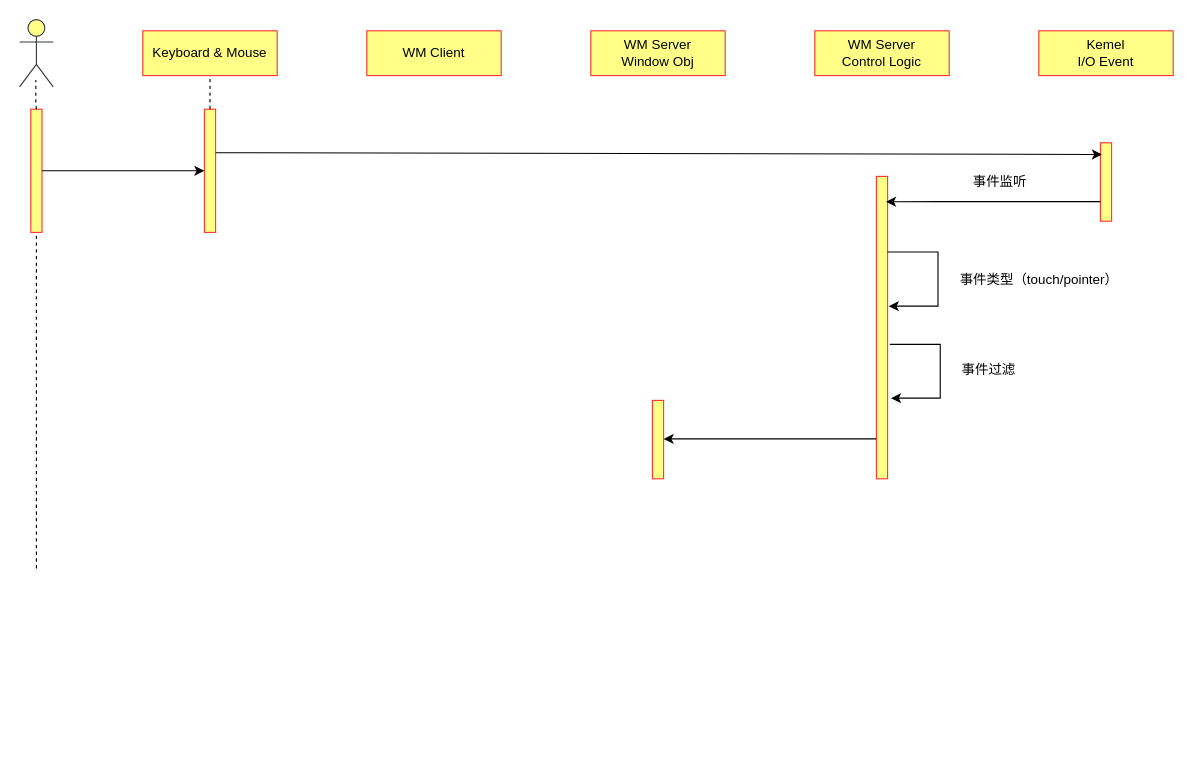
Earlier version of the draw.io diagram 未命名绘图.drawio (7Wcy/7Wcy). Source tidied: cells renumbered, new cells numbered last; positions are measured from the earlier drawing's top-left corner, leaving out a move shared by most shapes. Both pictures are drawn from the tidied source at 112%, with x=0, y=0 at pixel (19, 19).
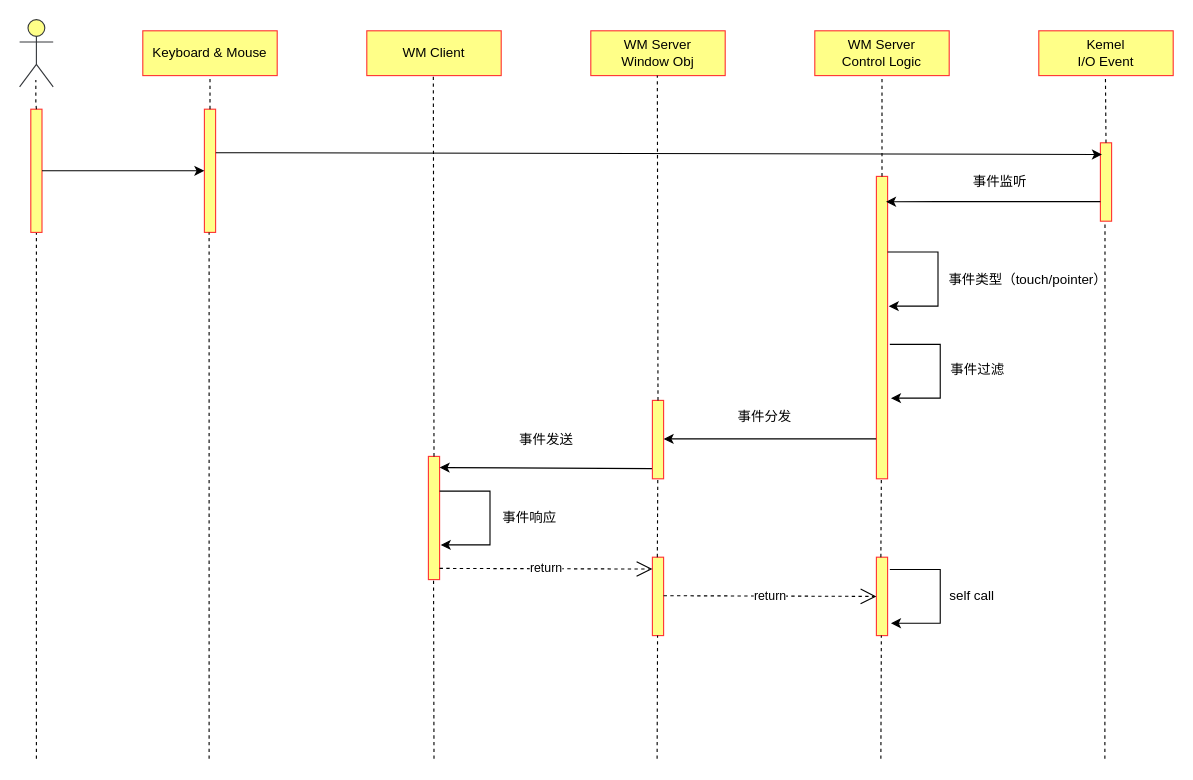
The same page after the edit.

Commit message (it also covers changes not shown here):
更新未命名绘图.drawio

Unchanged cells that the change refers to:
```xml
<mxCell id="4" style="rounded=0;whiteSpace=wrap;html=1;fillColor=#ffff88;strokeColor=#FF3333;" parent="1" vertex="1">
  <mxGeometry x="10" y="80" width="10" height="110" as="geometry" />
</mxCell>
<mxCell id="12" value="WM Server&lt;br&gt;Control Logic" style="rounded=0;whiteSpace=wrap;html=1;fillColor=#ffff88;strokeColor=#FF3333;" parent="1" vertex="1">
  <mxGeometry x="710" y="10" width="120" height="40" as="geometry" />
</mxCell>
<mxCell id="23" style="rounded=0;whiteSpace=wrap;html=1;fillColor=#ffff88;strokeColor=#FF3333;" parent="1" vertex="1">
  <mxGeometry x="565" y="340" width="10" height="70" as="geometry" />
</mxCell>
```

Diff of the diagram source:
```diff
@@
     <mxCell id="3" style="endArrow=none;dashed=1;html=1;rounded=0;" parent="1" edge="1" target="4">
       <mxGeometry relative="1" as="geometry">
-        <mxPoint x="15" y="490" as="sourcePoint" />
+        <mxPoint x="15" y="660" as="sourcePoint" />
       </mxGeometry>
     </mxCell>
@@
     <mxCell id="21" value="事件类型（touch/pointer）" style="text;html=1;align=center;verticalAlign=middle;strokeColor=none;fillColor=none;" parent="1" vertex="1">
-      <mxGeometry x="830" y="218" width="160" height="30" as="geometry" />
+      <mxGeometry x="820" y="218" width="160" height="30" as="geometry" />
     </mxCell>
     <mxCell id="22" value="事件过滤" style="text;html=1;align=center;verticalAlign=middle;strokeColor=none;fillColor=none;" parent="1" vertex="1">
-      <mxGeometry x="830" y="298" width="70" height="30" as="geometry" />
+      <mxGeometry x="820" y="298" width="70" height="30" as="geometry" />
     </mxCell>
@@
+    <mxCell id="25" value="事件分发" style="text;html=1;align=center;verticalAlign=middle;strokeColor=none;fillColor=none;" parent="1" vertex="1">
+      <mxGeometry x="630" y="340" width="70" height="30" as="geometry" />
+    </mxCell>
+    <mxCell id="26" style="endArrow=none;dashed=1;html=1;rounded=0;" parent="1" edge="1">
+      <mxGeometry relative="1" as="geometry">
+        <mxPoint x="570" y="340" as="sourcePoint" />
+        <mxPoint x="569.4" y="50" as="targetPoint" />
+      </mxGeometry>
+    </mxCell>
+    <mxCell id="27" style="endArrow=none;dashed=1;html=1;rounded=0;entryX=0.5;entryY=1;entryDx=0;entryDy=0;" parent="1" edge="1" target="12">
+      <mxGeometry relative="1" as="geometry">
+        <mxPoint x="770" y="140" as="sourcePoint" />
+      </mxGeometry>
+    </mxCell>
+    <mxCell id="28" style="endArrow=none;dashed=1;html=1;rounded=0;entryX=0.5;entryY=1;entryDx=0;entryDy=0;" parent="1" edge="1">
+      <mxGeometry relative="1" as="geometry">
+        <mxPoint x="970" y="110" as="sourcePoint" />
+        <mxPoint x="969.5" y="50" as="targetPoint" />
+      </mxGeometry>
+    </mxCell>
+    <mxCell id="29" style="rounded=0;whiteSpace=wrap;html=1;fillColor=#ffff88;strokeColor=#FF3333;" parent="1" vertex="1">
+      <mxGeometry x="765" y="480" width="10" height="70" as="geometry" />
+    </mxCell>
+    <mxCell id="30" style="edgeStyle=orthogonalEdgeStyle;rounded=0;orthogonalLoop=1;jettySize=auto;html=1;exitX=1;exitY=0.25;exitDx=0;exitDy=0;entryX=1.1;entryY=0.429;entryDx=0;entryDy=0;entryPerimeter=0;" parent="1" edge="1">
+      <mxGeometry relative="1" as="geometry">
+        <mxPoint x="777" y="491" as="sourcePoint" />
+        <mxPoint x="778" y="539" as="targetPoint" />
+        <Array as="points">
+          <mxPoint x="822" y="491" />
+          <mxPoint x="822" y="539" />
+        </Array>
+      </mxGeometry>
+    </mxCell>
+    <mxCell id="31" value="self call" style="text;html=1;align=center;verticalAlign=middle;strokeColor=none;fillColor=none;" parent="1" vertex="1">
+      <mxGeometry x="820" y="500" width="60" height="30" as="geometry" />
+    </mxCell>
+    <mxCell id="32" style="endArrow=none;dashed=1;html=1;rounded=0;entryX=0.5;entryY=1;entryDx=0;entryDy=0;" parent="1" edge="1">
+      <mxGeometry relative="1" as="geometry">
+        <mxPoint x="769" y="480" as="sourcePoint" />
+        <mxPoint x="769.4" y="410" as="targetPoint" />
+      </mxGeometry>
+    </mxCell>
+    <mxCell id="33" style="endArrow=none;dashed=1;html=1;rounded=0;entryX=0.5;entryY=1;entryDx=0;entryDy=0;" parent="1" edge="1">
+      <mxGeometry relative="1" as="geometry">
+        <mxPoint x="769" y="660" as="sourcePoint" />
+        <mxPoint x="769.4" y="550" as="targetPoint" />
+      </mxGeometry>
+    </mxCell>
+    <mxCell id="34" style="rounded=0;whiteSpace=wrap;html=1;fillColor=#ffff88;strokeColor=#FF3333;" parent="1" vertex="1">
+      <mxGeometry x="565" y="480" width="10" height="70" as="geometry" />
+    </mxCell>
+    <mxCell id="35" style="endArrow=none;dashed=1;html=1;rounded=0;entryX=0.5;entryY=1;entryDx=0;entryDy=0;" parent="1" edge="1">
+      <mxGeometry relative="1" as="geometry">
+        <mxPoint x="569.4" y="480" as="sourcePoint" />
+        <mxPoint x="569.8" y="410" as="targetPoint" />
+      </mxGeometry>
+    </mxCell>
+    <mxCell id="36" value="return" style="endArrow=open;endSize=12;dashed=1;html=1;rounded=0;entryX=0;entryY=0.5;entryDx=0;entryDy=0;" parent="1" edge="1" target="29">
+      <mxGeometry relative="1" as="geometry">
+        <mxPoint x="575" y="514.4" as="sourcePoint" />
+      </mxGeometry>
+    </mxCell>
+    <mxCell id="37" style="rounded=0;whiteSpace=wrap;html=1;fillColor=#ffff88;strokeColor=#FF3333;" parent="1" vertex="1">
+      <mxGeometry x="365" y="390" width="10" height="110" as="geometry" />
+    </mxCell>
+    <mxCell id="38" style="endArrow=classic;html=1;rounded=0;entryX=1.1;entryY=0.152;entryDx=0;entryDy=0;entryPerimeter=0;exitX=-0.039;exitY=0.87;exitDx=0;exitDy=0;exitPerimeter=0;" parent="1" edge="1" source="23">
+      <mxGeometry relative="1" as="geometry">
+        <mxPoint x="375" y="400" as="targetPoint" />
+      </mxGeometry>
+    </mxCell>
+    <mxCell id="39" value="return" style="endArrow=open;endSize=12;dashed=1;html=1;rounded=0;entryX=0;entryY=0.5;entryDx=0;entryDy=0;" parent="1" edge="1">
+      <mxGeometry relative="1" as="geometry">
+        <mxPoint x="375" y="490" as="sourcePoint" />
+        <mxPoint x="565" y="490.6" as="targetPoint" />
+      </mxGeometry>
+    </mxCell>
+    <mxCell id="40" style="edgeStyle=orthogonalEdgeStyle;rounded=0;orthogonalLoop=1;jettySize=auto;html=1;exitX=1;exitY=0.25;exitDx=0;exitDy=0;entryX=1.1;entryY=0.429;entryDx=0;entryDy=0;entryPerimeter=0;" parent="1" edge="1">
+      <mxGeometry relative="1" as="geometry">
+        <mxPoint x="375" y="421" as="sourcePoint" />
+        <mxPoint x="376" y="469" as="targetPoint" />
+        <Array as="points">
+          <mxPoint x="420" y="421" />
+          <mxPoint x="420" y="469" />
+        </Array>
+      </mxGeometry>
+    </mxCell>
+    <mxCell id="41" value="事件响应" style="text;html=1;align=center;verticalAlign=middle;strokeColor=none;fillColor=none;" parent="1" vertex="1">
+      <mxGeometry x="420" y="430" width="70" height="30" as="geometry" />
+    </mxCell>
+    <mxCell id="42" value="事件发送" style="text;html=1;align=center;verticalAlign=middle;strokeColor=none;fillColor=none;" parent="1" vertex="1">
+      <mxGeometry x="435" y="360" width="70" height="30" as="geometry" />
+    </mxCell>
+    <mxCell id="43" style="endArrow=none;dashed=1;html=1;rounded=0;exitX=0.5;exitY=0;exitDx=0;exitDy=0;" parent="1" edge="1" source="37">
+      <mxGeometry relative="1" as="geometry">
+        <mxPoint x="369.4" y="50" as="targetPoint" />
+      </mxGeometry>
+    </mxCell>
+    <mxCell id="44" style="endArrow=none;dashed=1;html=1;rounded=0;" parent="1" edge="1">
+      <mxGeometry relative="1" as="geometry">
+        <mxPoint x="169.2" y="660" as="sourcePoint" />
+        <mxPoint x="169.2" y="190" as="targetPoint" />
+      </mxGeometry>
+    </mxCell>
+    <mxCell id="45" style="endArrow=none;dashed=1;html=1;rounded=0;entryX=0.5;entryY=1;entryDx=0;entryDy=0;" parent="1" edge="1">
+      <mxGeometry relative="1" as="geometry">
+        <mxPoint x="569.2" y="660" as="sourcePoint" />
+        <mxPoint x="569.6" y="550" as="targetPoint" />
+      </mxGeometry>
+    </mxCell>
+    <mxCell id="46" style="endArrow=none;dashed=1;html=1;rounded=0;entryX=0.5;entryY=1;entryDx=0;entryDy=0;" parent="1" edge="1">
+      <mxGeometry relative="1" as="geometry">
+        <mxPoint x="370" y="660" as="sourcePoint" />
+        <mxPoint x="369.6" y="500" as="targetPoint" />
+      </mxGeometry>
+    </mxCell>
+    <mxCell id="47" style="endArrow=none;dashed=1;html=1;rounded=0;" parent="1" edge="1">
+      <mxGeometry relative="1" as="geometry">
+        <mxPoint x="969" y="660" as="sourcePoint" />
+        <mxPoint x="969.1" y="180" as="targetPoint" />
+      </mxGeometry>
+    </mxCell>
```
